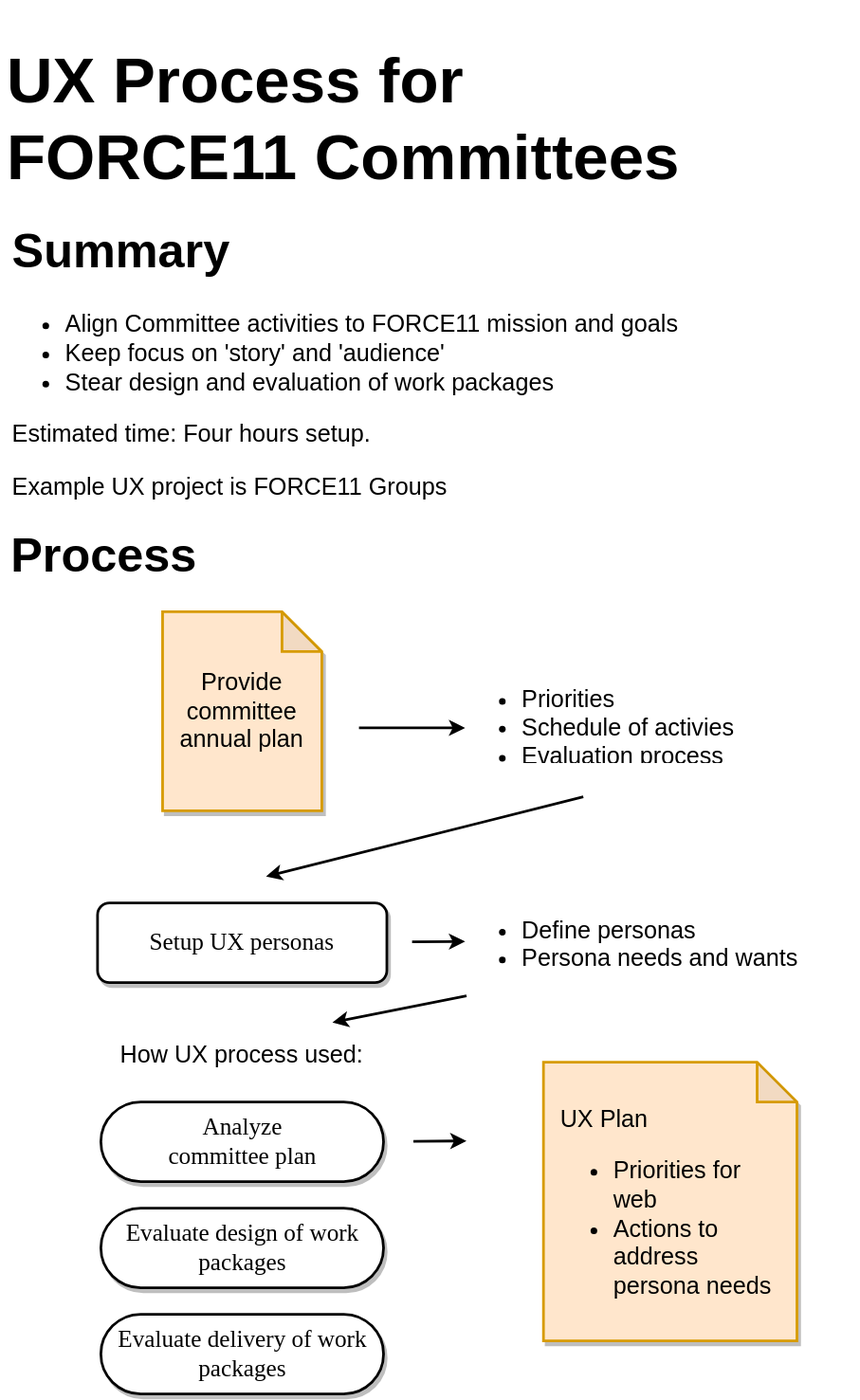
This is images/diagrams/UX FORCE11 Committees.drawio.svg from force11/website, a draw.io export, as it was before one commit. Source tidied: cells renumbered, new cells last; positions are measured from the earlier drawing's top-left corner, leaving out a move shared by most shapes. Source of this version:
```xml
<mxGraphModel>
  <root>
    <mxCell id="0" />
    <mxCell id="1" parent="0" />
    <mxCell id="2" value="&lt;h1&gt;&lt;span&gt;UX Process for FORCE11 Committees&lt;/span&gt;&lt;/h1&gt;" style="text;html=1;strokeColor=none;fillColor=none;spacing=5;spacingTop=-20;whiteSpace=wrap;overflow=hidden;rounded=0;fontSize=24;" parent="1" vertex="1">
      <mxGeometry width="580" height="180" as="geometry" />
    </mxCell>
    <mxCell id="3" value="&amp;nbsp;" style="text;html=1;align=center;verticalAlign=middle;fontSize=18;" parent="2" vertex="1">
      <mxGeometry x="201" y="51" width="20" height="30" as="geometry" />
    </mxCell>
    <mxCell id="4" value="&lt;h1&gt;Summary&lt;/h1&gt;&lt;p&gt;&lt;/p&gt;&lt;ul&gt;&lt;li&gt;Align Committee activities to FORCE11 mission and goals&lt;/li&gt;&lt;li&gt;Keep focus on 'story' and 'audience'&lt;/li&gt;&lt;li&gt;Stear design and evaluation of work packages&lt;/li&gt;&lt;/ul&gt;&lt;p&gt;&lt;/p&gt;&lt;p&gt;Estimated time: Four hours setup.&lt;/p&gt;&lt;p&gt;Example UX project is FORCE11 Groups&lt;/p&gt;&lt;p&gt;&lt;br&gt;&lt;/p&gt;" style="text;html=1;strokeColor=none;fillColor=none;spacing=5;spacingTop=-20;whiteSpace=wrap;overflow=hidden;rounded=0;fontSize=18;" parent="1" vertex="1">
      <mxGeometry x="4" y="143" width="540" height="250" as="geometry" />
    </mxCell>
    <mxCell id="5" value="&lt;font style=&quot;font-size: 18px&quot;&gt;Setup UX personas&lt;/font&gt;" style="rounded=1;whiteSpace=wrap;html=1;shadow=1;comic=0;labelBackgroundColor=none;strokeWidth=2;fontFamily=Verdana;fontSize=12;align=center;" parent="1" vertex="1">
      <mxGeometry x="73" y="670" width="218" height="60" as="geometry" />
    </mxCell>
    <mxCell id="6" value="&lt;font style=&quot;font-size: 18px&quot;&gt;Analyze&lt;br&gt;committee plan&lt;/font&gt;" style="whiteSpace=wrap;html=1;rounded=1;shadow=1;comic=0;labelBackgroundColor=none;strokeWidth=2;fontFamily=Verdana;fontSize=12;align=center;arcSize=50;" parent="1" vertex="1">
      <mxGeometry x="75.5" y="820" width="213" height="60" as="geometry" />
    </mxCell>
    <mxCell id="7" value="&lt;font style=&quot;font-size: 18px&quot;&gt;Evaluate design of work packages&lt;/font&gt;" style="whiteSpace=wrap;html=1;rounded=1;shadow=1;comic=0;labelBackgroundColor=none;strokeWidth=2;fontFamily=Verdana;fontSize=12;align=center;arcSize=50;" parent="1" vertex="1">
      <mxGeometry x="75.5" y="900" width="213" height="60" as="geometry" />
    </mxCell>
    <mxCell id="8" value="&lt;font style=&quot;font-size: 18px&quot;&gt;Evaluate delivery of work packages&lt;/font&gt;" style="whiteSpace=wrap;html=1;rounded=1;shadow=1;comic=0;labelBackgroundColor=none;strokeWidth=2;fontFamily=Verdana;fontSize=12;align=center;arcSize=50;" parent="1" vertex="1">
      <mxGeometry x="75.5" y="980" width="213" height="60" as="geometry" />
    </mxCell>
    <mxCell id="9" value="&lt;ul&gt;&lt;li&gt;&lt;span&gt;Priorities&lt;/span&gt;&lt;/li&gt;&lt;li&gt;&lt;span&gt;Schedule of activies&lt;/span&gt;&lt;br&gt;&lt;/li&gt;&lt;li&gt;Evaluation process&lt;/li&gt;&lt;/ul&gt;" style="text;strokeColor=none;fillColor=none;html=1;whiteSpace=wrap;verticalAlign=middle;overflow=hidden;fontSize=18;" parent="1" vertex="1">
      <mxGeometry x="351" y="485.5" width="250" height="80" as="geometry" />
    </mxCell>
    <mxCell id="10" value="&lt;ul&gt;&lt;li&gt;&lt;span&gt;Define personas&lt;/span&gt;&lt;/li&gt;&lt;li&gt;Persona needs and wants&lt;/li&gt;&lt;/ul&gt;" style="text;strokeColor=none;fillColor=none;html=1;whiteSpace=wrap;verticalAlign=middle;overflow=hidden;fontSize=18;" parent="1" vertex="1">
      <mxGeometry x="351" y="660" width="296" height="80" as="geometry" />
    </mxCell>
    <mxCell id="11" value="How UX process used:" style="text;html=1;strokeColor=none;fillColor=none;align=center;verticalAlign=middle;whiteSpace=wrap;rounded=0;fontSize=18;" parent="1" vertex="1">
      <mxGeometry x="57" y="770" width="250" height="30" as="geometry" />
    </mxCell>
    <mxCell id="12" value="&lt;h1&gt;Process&lt;/h1&gt;&lt;p&gt;&lt;br&gt;&lt;/p&gt;" style="text;html=1;strokeColor=none;fillColor=none;spacing=5;spacingTop=-20;whiteSpace=wrap;overflow=hidden;rounded=0;fontSize=18;" parent="1" vertex="1">
      <mxGeometry x="3" y="373" width="180" height="100" as="geometry" />
    </mxCell>
    <mxCell id="13" style="endArrow=classic;html=1;rounded=0;fontSize=18;strokeWidth=2;" parent="1" edge="1">
      <mxGeometry relative="1" as="geometry">
        <mxPoint x="270" y="538" as="sourcePoint" />
        <mxPoint x="350" y="538" as="targetPoint" />
      </mxGeometry>
    </mxCell>
    <mxCell id="14" style="group;" parent="1" vertex="1">
      <mxGeometry x="122" y="450.5" width="120" height="150" as="geometry" />
    </mxCell>
    <mxCell id="15" style="shape=note;whiteSpace=wrap;html=1;backgroundOutline=1;darkOpacity=0.05;fontSize=18;labelBorderColor=default;labelBackgroundColor=default;shadow=1;strokeWidth=2;fillColor=#ffe6cc;strokeColor=#d79b00;" parent="14" vertex="1">
      <mxGeometry width="120" height="150" as="geometry" />
    </mxCell>
    <mxCell id="16" value="Provide committee annual plan" style="text;html=1;strokeColor=none;fillColor=none;align=center;verticalAlign=middle;whiteSpace=wrap;rounded=0;fontSize=18;" parent="14" vertex="1">
      <mxGeometry y="15" width="120" height="120" as="geometry" />
    </mxCell>
    <mxCell id="17" style="endArrow=classic;html=1;rounded=0;fontSize=18;strokeWidth=2;" parent="1" edge="1">
      <mxGeometry relative="1" as="geometry">
        <mxPoint x="439" y="590" as="sourcePoint" />
        <mxPoint x="200" y="650" as="targetPoint" />
      </mxGeometry>
    </mxCell>
    <mxCell id="18" style="endArrow=classic;html=1;rounded=0;fontSize=18;strokeWidth=2;" parent="1" edge="1">
      <mxGeometry relative="1" as="geometry">
        <mxPoint x="310" y="699.3" as="sourcePoint" />
        <mxPoint x="350" y="699" as="targetPoint" />
      </mxGeometry>
    </mxCell>
    <mxCell id="19" style="endArrow=classic;html=1;rounded=0;fontSize=18;strokeWidth=2;exitX=0;exitY=1;exitDx=0;exitDy=0;" parent="1" edge="1" source="10">
      <mxGeometry relative="1" as="geometry">
        <mxPoint x="250" y="760" as="targetPoint" />
      </mxGeometry>
    </mxCell>
    <mxCell id="20" style="endArrow=classic;html=1;rounded=0;fontSize=18;strokeWidth=2;" parent="1" edge="1">
      <mxGeometry relative="1" as="geometry">
        <mxPoint x="311" y="849.7" as="sourcePoint" />
        <mxPoint x="351" y="849.3" as="targetPoint" />
      </mxGeometry>
    </mxCell>
    <mxCell id="21" style="shape=note;whiteSpace=wrap;html=1;backgroundOutline=1;darkOpacity=0.05;fontSize=18;labelBorderColor=default;labelBackgroundColor=default;shadow=1;strokeWidth=2;fillColor=#ffe6cc;strokeColor=#d79b00;" parent="1" vertex="1">
      <mxGeometry x="409" y="790" width="191" height="210" as="geometry" />
    </mxCell>
    <mxCell id="22" value="&lt;span&gt;UX Plan&lt;/span&gt;&lt;br&gt;&lt;ul&gt;&lt;li&gt;&lt;span&gt;Priorities for web&lt;/span&gt;&lt;/li&gt;&lt;li&gt;&lt;span&gt;Actions to address persona needs&lt;/span&gt;&lt;/li&gt;&lt;/ul&gt;" style="text;strokeColor=none;fillColor=none;html=1;whiteSpace=wrap;verticalAlign=middle;overflow=hidden;fontSize=18;" parent="1" vertex="1">
      <mxGeometry x="420" y="820" width="170" height="170" as="geometry" />
    </mxCell>
  </root>
</mxGraphModel>
```
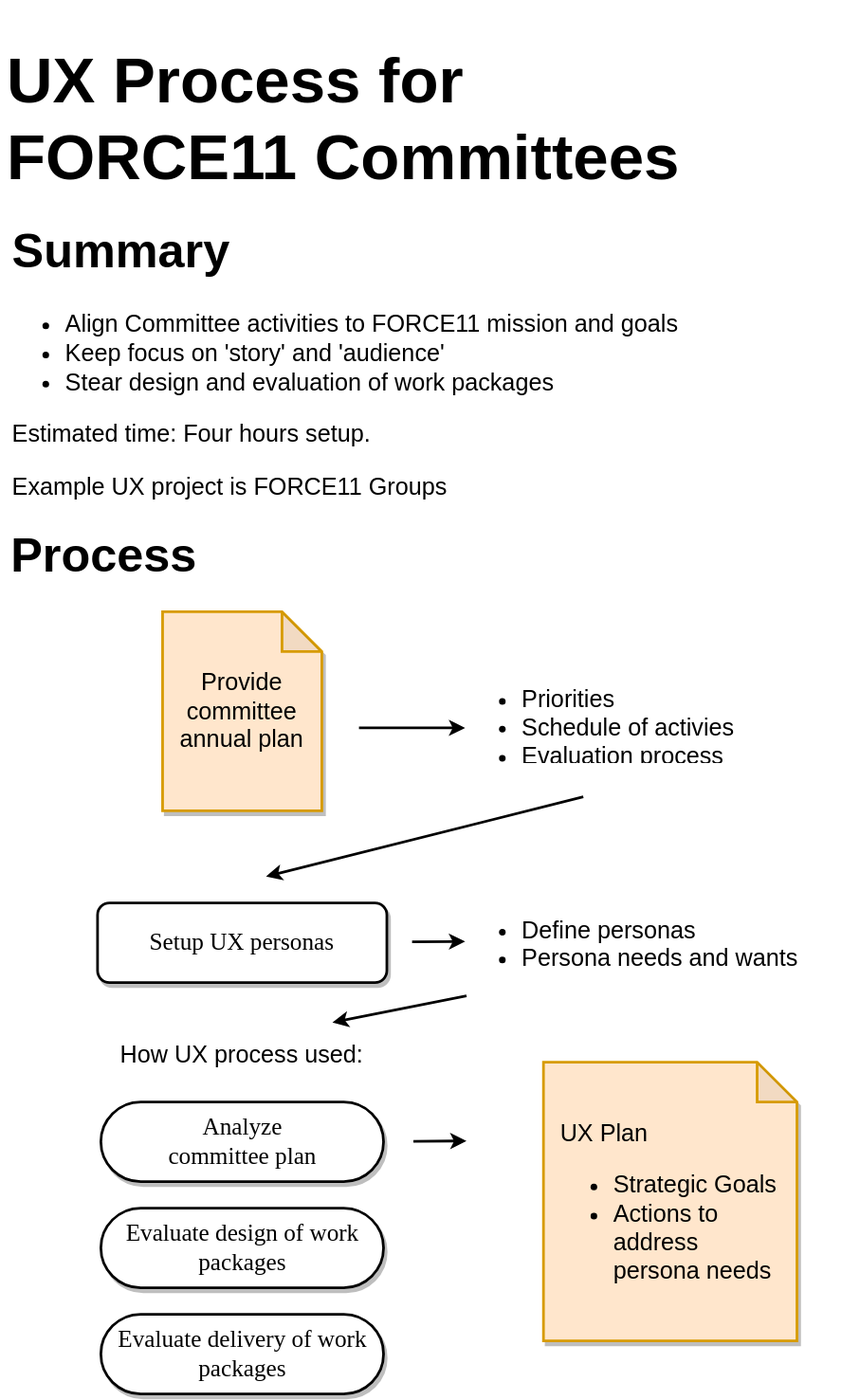
Later version of the same file.

Diff of the diagram source:
```diff
@@ -76,7 +76,7 @@
     <mxCell id="21" style="shape=note;whiteSpace=wrap;html=1;backgroundOutline=1;darkOpacity=0.05;fontSize=18;labelBorderColor=default;labelBackgroundColor=default;shadow=1;strokeWidth=2;fillColor=#ffe6cc;strokeColor=#d79b00;" parent="1" vertex="1">
       <mxGeometry x="409" y="790" width="191" height="210" as="geometry" />
     </mxCell>
-    <mxCell id="22" value="&lt;span&gt;UX Plan&lt;/span&gt;&lt;br&gt;&lt;ul&gt;&lt;li&gt;&lt;span&gt;Priorities for web&lt;/span&gt;&lt;/li&gt;&lt;li&gt;&lt;span&gt;Actions to address persona needs&lt;/span&gt;&lt;/li&gt;&lt;/ul&gt;" style="text;strokeColor=none;fillColor=none;html=1;whiteSpace=wrap;verticalAlign=middle;overflow=hidden;fontSize=18;" parent="1" vertex="1">
+    <mxCell id="22" value="&lt;span&gt;UX Plan&lt;/span&gt;&lt;br&gt;&lt;ul&gt;&lt;li&gt;Strategic Goals&lt;br&gt;&lt;/li&gt;&lt;li&gt;&lt;span&gt;Actions to address persona needs&lt;/span&gt;&lt;/li&gt;&lt;/ul&gt;" style="text;strokeColor=none;fillColor=none;html=1;whiteSpace=wrap;verticalAlign=middle;overflow=hidden;fontSize=18;" parent="1" vertex="1">
       <mxGeometry x="420" y="820" width="170" height="170" as="geometry" />
     </mxCell>
   </root>
```
